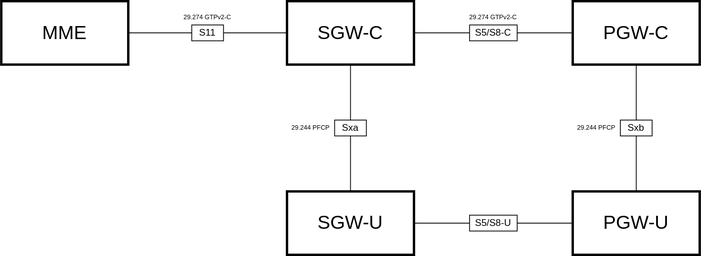
Earlier version of the draw.io export images/epc-architecture.svg (amirsarebani81/core-network). Source tidied: cells renumbered, new cells last; positions are measured from the earlier drawing's top-left corner, leaving out a move shared by most shapes. Its diagram source:
```xml
<mxGraphModel>
  <root>
    <mxCell id="0" />
    <mxCell id="1" parent="0" />
    <mxCell id="2" style="edgeStyle=orthogonalEdgeStyle;rounded=0;jettySize=auto;html=1;exitX=1;exitY=0.5;exitDx=0;exitDy=0;entryX=0;entryY=0.5;entryDx=0;entryDy=0;endArrow=none;endFill=0;" parent="1" edge="1" source="3" target="8">
      <mxGeometry relative="1" as="geometry" />
    </mxCell>
    <mxCell id="3" value="MME" style="rounded=0;whiteSpace=wrap;html=1;fontFamily=Helvetica;fontSize=24;strokeWidth=3;" parent="1" vertex="1">
      <mxGeometry width="160" height="80" as="geometry" />
    </mxCell>
    <mxCell id="4" style="edgeStyle=orthogonalEdgeStyle;rounded=0;jettySize=auto;html=1;exitX=0.5;exitY=1;exitDx=0;exitDy=0;entryX=0.5;entryY=0;entryDx=0;entryDy=0;endArrow=none;endFill=0;" parent="1" edge="1" source="6" target="15">
      <mxGeometry relative="1" as="geometry" />
    </mxCell>
    <mxCell id="5" style="edgeStyle=orthogonalEdgeStyle;rounded=0;jettySize=auto;html=1;exitX=1;exitY=0.5;exitDx=0;exitDy=0;entryX=0;entryY=0.5;entryDx=0;entryDy=0;endArrow=none;endFill=0;" parent="1" edge="1" source="6" target="17">
      <mxGeometry relative="1" as="geometry" />
    </mxCell>
    <mxCell id="6" value="SGW-C" style="rounded=0;whiteSpace=wrap;html=1;fontSize=24;strokeWidth=3;" parent="1" vertex="1">
      <mxGeometry x="360" width="160" height="80" as="geometry" />
    </mxCell>
    <mxCell id="7" style="edgeStyle=orthogonalEdgeStyle;rounded=0;jettySize=auto;html=1;exitX=1;exitY=0.5;exitDx=0;exitDy=0;entryX=0;entryY=0.5;entryDx=0;entryDy=0;endArrow=none;endFill=0;" parent="1" edge="1" source="8" target="6">
      <mxGeometry relative="1" as="geometry" />
    </mxCell>
    <mxCell id="8" value="S11" style="rounded=0;whiteSpace=wrap;html=1;fontSize=12;strokeWidth=1;" parent="1" vertex="1">
      <mxGeometry x="240" y="30" width="40" height="20" as="geometry" />
    </mxCell>
    <mxCell id="9" style="edgeStyle=orthogonalEdgeStyle;rounded=0;jettySize=auto;html=1;exitX=0.5;exitY=1;exitDx=0;exitDy=0;entryX=0.5;entryY=0;entryDx=0;entryDy=0;endArrow=none;endFill=0;" parent="1" edge="1" source="10" target="19">
      <mxGeometry relative="1" as="geometry" />
    </mxCell>
    <mxCell id="10" value="PGW-C" style="rounded=0;whiteSpace=wrap;html=1;fontSize=24;strokeWidth=3;" parent="1" vertex="1">
      <mxGeometry x="720" width="160" height="80" as="geometry" />
    </mxCell>
    <mxCell id="11" style="edgeStyle=orthogonalEdgeStyle;rounded=0;jettySize=auto;html=1;exitX=0;exitY=0.5;exitDx=0;exitDy=0;entryX=1;entryY=0.5;entryDx=0;entryDy=0;endArrow=none;endFill=0;" parent="1" edge="1" source="21" target="13">
      <mxGeometry relative="1" as="geometry" />
    </mxCell>
    <mxCell id="12" value="PGW-U" style="rounded=0;whiteSpace=wrap;html=1;fontSize=24;strokeWidth=3;" parent="1" vertex="1">
      <mxGeometry x="720" y="240" width="160" height="80" as="geometry" />
    </mxCell>
    <mxCell id="13" value="SGW-U" style="rounded=0;whiteSpace=wrap;html=1;fontSize=24;strokeWidth=3;" parent="1" vertex="1">
      <mxGeometry x="360" y="240" width="160" height="80" as="geometry" />
    </mxCell>
    <mxCell id="14" style="edgeStyle=orthogonalEdgeStyle;rounded=0;jettySize=auto;html=1;exitX=0.5;exitY=1;exitDx=0;exitDy=0;entryX=0.5;entryY=0;entryDx=0;entryDy=0;endArrow=none;endFill=0;" parent="1" edge="1" source="15" target="13">
      <mxGeometry relative="1" as="geometry" />
    </mxCell>
    <mxCell id="15" value="Sxa" style="rounded=0;whiteSpace=wrap;html=1;fontSize=12;strokeWidth=1;" parent="1" vertex="1">
      <mxGeometry x="420" y="150" width="40" height="20" as="geometry" />
    </mxCell>
    <mxCell id="16" style="edgeStyle=orthogonalEdgeStyle;rounded=0;jettySize=auto;html=1;exitX=1;exitY=0.5;exitDx=0;exitDy=0;entryX=0;entryY=0.5;entryDx=0;entryDy=0;endArrow=none;endFill=0;" parent="1" edge="1" source="17" target="10">
      <mxGeometry relative="1" as="geometry" />
    </mxCell>
    <mxCell id="17" value="S5/S8-C" style="rounded=0;whiteSpace=wrap;html=1;fontSize=12;strokeWidth=1;" parent="1" vertex="1">
      <mxGeometry x="590" y="30" width="60" height="20" as="geometry" />
    </mxCell>
    <mxCell id="18" style="edgeStyle=orthogonalEdgeStyle;rounded=0;jettySize=auto;html=1;exitX=0.5;exitY=1;exitDx=0;exitDy=0;entryX=0.5;entryY=0;entryDx=0;entryDy=0;endArrow=none;endFill=0;" parent="1" edge="1" source="19" target="12">
      <mxGeometry relative="1" as="geometry" />
    </mxCell>
    <mxCell id="19" value="Sxb" style="rounded=0;whiteSpace=wrap;html=1;fontSize=12;strokeWidth=1;" parent="1" vertex="1">
      <mxGeometry x="780" y="150" width="40" height="20" as="geometry" />
    </mxCell>
    <mxCell id="20" style="edgeStyle=orthogonalEdgeStyle;rounded=0;jettySize=auto;html=1;exitX=1;exitY=0.5;exitDx=0;exitDy=0;entryX=0;entryY=0.5;entryDx=0;entryDy=0;endArrow=none;endFill=0;" parent="1" edge="1" source="21" target="12">
      <mxGeometry relative="1" as="geometry" />
    </mxCell>
    <mxCell id="21" value="S5/S8-U" style="rounded=0;whiteSpace=wrap;html=1;fontSize=12;strokeWidth=1;" parent="1" vertex="1">
      <mxGeometry x="590" y="270" width="60" height="20" as="geometry" />
    </mxCell>
    <mxCell id="22" value="29.274 GTPv2-C" style="text;html=1;whiteSpace=wrap;strokeColor=none;fillColor=none;align=center;verticalAlign=middle;rounded=0;fontSize=8;" parent="1" vertex="1">
      <mxGeometry x="220" y="10" width="80" height="20" as="geometry" />
    </mxCell>
    <mxCell id="23" value="29.274 GTPv2-C" style="text;html=1;whiteSpace=wrap;strokeColor=none;fillColor=none;align=center;verticalAlign=middle;rounded=0;fontSize=8;" parent="1" vertex="1">
      <mxGeometry x="580" y="10" width="80" height="20" as="geometry" />
    </mxCell>
    <mxCell id="24" value="29.244 PFCP" style="text;html=1;whiteSpace=wrap;strokeColor=none;fillColor=none;align=center;verticalAlign=middle;rounded=0;fontSize=8;" parent="1" vertex="1">
      <mxGeometry x="360" y="150" width="60" height="20" as="geometry" />
    </mxCell>
    <mxCell id="25" value="29.244 PFCP" style="text;html=1;whiteSpace=wrap;strokeColor=none;fillColor=none;align=center;verticalAlign=middle;rounded=0;fontSize=8;" parent="1" vertex="1">
      <mxGeometry x="720" y="150" width="60" height="20" as="geometry" />
    </mxCell>
  </root>
</mxGraphModel>
```
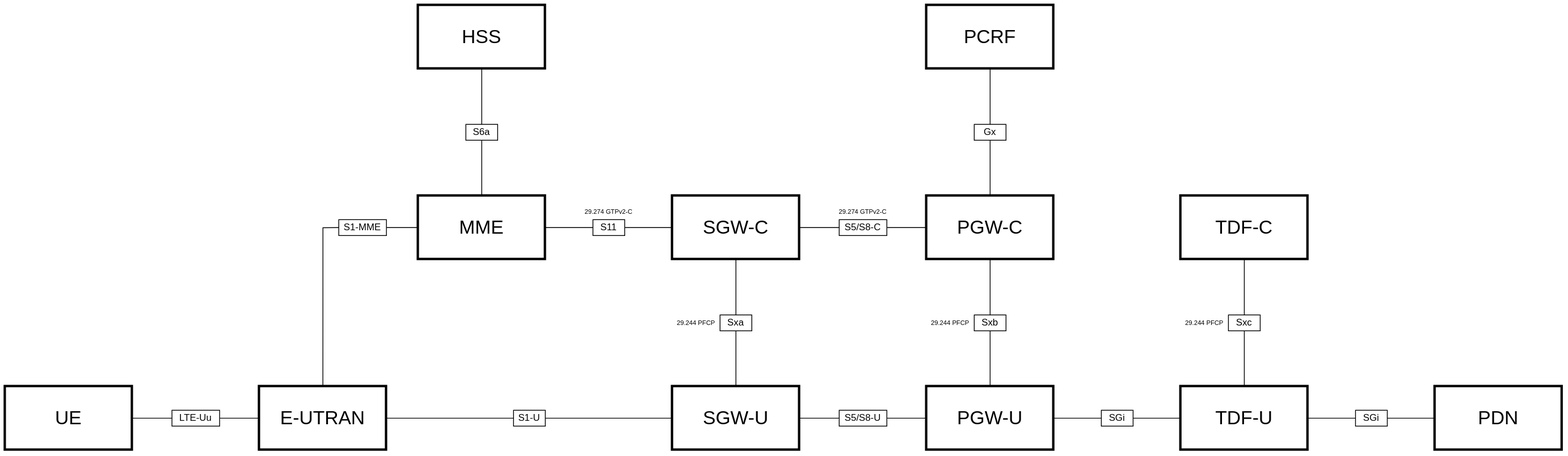
Later version of the same file.

Commit message:
Improve architecture diagram

Diff of the diagram source:
```diff
@@ -5,8 +5,11 @@
     <mxCell id="2" style="edgeStyle=orthogonalEdgeStyle;rounded=0;jettySize=auto;html=1;exitX=1;exitY=0.5;exitDx=0;exitDy=0;entryX=0;entryY=0.5;entryDx=0;entryDy=0;endArrow=none;endFill=0;" parent="1" edge="1" source="3" target="8">
       <mxGeometry relative="1" as="geometry" />
     </mxCell>
+    <mxCell id="26" style="edgeStyle=orthogonalEdgeStyle;rounded=0;jettySize=auto;html=1;exitX=0.5;exitY=0;exitDx=0;exitDy=0;entryX=0.5;entryY=1;entryDx=0;entryDy=0;endArrow=none;endFill=0;" parent="1" edge="1" source="3" target="53">
+      <mxGeometry relative="1" as="geometry" />
+    </mxCell>
     <mxCell id="3" value="MME" style="rounded=0;whiteSpace=wrap;html=1;fontFamily=Helvetica;fontSize=24;strokeWidth=3;" parent="1" vertex="1">
-      <mxGeometry width="160" height="80" as="geometry" />
+      <mxGeometry x="80" width="160" height="80" as="geometry" />
     </mxCell>
     <mxCell id="4" style="edgeStyle=orthogonalEdgeStyle;rounded=0;jettySize=auto;html=1;exitX=0.5;exitY=1;exitDx=0;exitDy=0;entryX=0.5;entryY=0;entryDx=0;entryDy=0;endArrow=none;endFill=0;" parent="1" edge="1" source="6" target="15">
       <mxGeometry relative="1" as="geometry" />
@@ -15,13 +18,13 @@
       <mxGeometry relative="1" as="geometry" />
     </mxCell>
     <mxCell id="6" value="SGW-C" style="rounded=0;whiteSpace=wrap;html=1;fontSize=24;strokeWidth=3;" parent="1" vertex="1">
-      <mxGeometry x="360" width="160" height="80" as="geometry" />
+      <mxGeometry x="400" width="160" height="80" as="geometry" />
     </mxCell>
     <mxCell id="7" style="edgeStyle=orthogonalEdgeStyle;rounded=0;jettySize=auto;html=1;exitX=1;exitY=0.5;exitDx=0;exitDy=0;entryX=0;entryY=0.5;entryDx=0;entryDy=0;endArrow=none;endFill=0;" parent="1" edge="1" source="8" target="6">
       <mxGeometry relative="1" as="geometry" />
     </mxCell>
     <mxCell id="8" value="S11" style="rounded=0;whiteSpace=wrap;html=1;fontSize=12;strokeWidth=1;" parent="1" vertex="1">
-      <mxGeometry x="240" y="30" width="40" height="20" as="geometry" />
+      <mxGeometry x="300" y="30" width="40" height="20" as="geometry" />
     </mxCell>
     <mxCell id="9" style="edgeStyle=orthogonalEdgeStyle;rounded=0;jettySize=auto;html=1;exitX=0.5;exitY=1;exitDx=0;exitDy=0;entryX=0.5;entryY=0;entryDx=0;entryDy=0;endArrow=none;endFill=0;" parent="1" edge="1" source="10" target="19">
       <mxGeometry relative="1" as="geometry" />
@@ -32,23 +35,26 @@
     <mxCell id="11" style="edgeStyle=orthogonalEdgeStyle;rounded=0;jettySize=auto;html=1;exitX=0;exitY=0.5;exitDx=0;exitDy=0;entryX=1;entryY=0.5;entryDx=0;entryDy=0;endArrow=none;endFill=0;" parent="1" edge="1" source="21" target="13">
       <mxGeometry relative="1" as="geometry" />
     </mxCell>
+    <mxCell id="27" style="edgeStyle=orthogonalEdgeStyle;rounded=0;jettySize=auto;html=1;exitX=1;exitY=0.5;exitDx=0;exitDy=0;entryX=0;entryY=0.5;entryDx=0;entryDy=0;endArrow=none;endFill=0;" parent="1" edge="1" source="12" target="48">
+      <mxGeometry relative="1" as="geometry" />
+    </mxCell>
     <mxCell id="12" value="PGW-U" style="rounded=0;whiteSpace=wrap;html=1;fontSize=24;strokeWidth=3;" parent="1" vertex="1">
       <mxGeometry x="720" y="240" width="160" height="80" as="geometry" />
     </mxCell>
     <mxCell id="13" value="SGW-U" style="rounded=0;whiteSpace=wrap;html=1;fontSize=24;strokeWidth=3;" parent="1" vertex="1">
-      <mxGeometry x="360" y="240" width="160" height="80" as="geometry" />
+      <mxGeometry x="400" y="240" width="160" height="80" as="geometry" />
     </mxCell>
     <mxCell id="14" style="edgeStyle=orthogonalEdgeStyle;rounded=0;jettySize=auto;html=1;exitX=0.5;exitY=1;exitDx=0;exitDy=0;entryX=0.5;entryY=0;entryDx=0;entryDy=0;endArrow=none;endFill=0;" parent="1" edge="1" source="15" target="13">
       <mxGeometry relative="1" as="geometry" />
     </mxCell>
     <mxCell id="15" value="Sxa" style="rounded=0;whiteSpace=wrap;html=1;fontSize=12;strokeWidth=1;" parent="1" vertex="1">
-      <mxGeometry x="420" y="150" width="40" height="20" as="geometry" />
+      <mxGeometry x="460" y="150" width="40" height="20" as="geometry" />
     </mxCell>
     <mxCell id="16" style="edgeStyle=orthogonalEdgeStyle;rounded=0;jettySize=auto;html=1;exitX=1;exitY=0.5;exitDx=0;exitDy=0;entryX=0;entryY=0.5;entryDx=0;entryDy=0;endArrow=none;endFill=0;" parent="1" edge="1" source="17" target="10">
       <mxGeometry relative="1" as="geometry" />
     </mxCell>
     <mxCell id="17" value="S5/S8-C" style="rounded=0;whiteSpace=wrap;html=1;fontSize=12;strokeWidth=1;" parent="1" vertex="1">
-      <mxGeometry x="590" y="30" width="60" height="20" as="geometry" />
+      <mxGeometry x="610" y="30" width="60" height="20" as="geometry" />
     </mxCell>
     <mxCell id="18" style="edgeStyle=orthogonalEdgeStyle;rounded=0;jettySize=auto;html=1;exitX=0.5;exitY=1;exitDx=0;exitDy=0;entryX=0.5;entryY=0;entryDx=0;entryDy=0;endArrow=none;endFill=0;" parent="1" edge="1" source="19" target="12">
       <mxGeometry relative="1" as="geometry" />
@@ -60,19 +66,109 @@
       <mxGeometry relative="1" as="geometry" />
     </mxCell>
     <mxCell id="21" value="S5/S8-U" style="rounded=0;whiteSpace=wrap;html=1;fontSize=12;strokeWidth=1;" parent="1" vertex="1">
-      <mxGeometry x="590" y="270" width="60" height="20" as="geometry" />
+      <mxGeometry x="610" y="270" width="60" height="20" as="geometry" />
     </mxCell>
     <mxCell id="22" value="29.274 GTPv2-C" style="text;html=1;whiteSpace=wrap;strokeColor=none;fillColor=none;align=center;verticalAlign=middle;rounded=0;fontSize=8;" parent="1" vertex="1">
-      <mxGeometry x="220" y="10" width="80" height="20" as="geometry" />
+      <mxGeometry x="280" y="10" width="80" height="20" as="geometry" />
     </mxCell>
     <mxCell id="23" value="29.274 GTPv2-C" style="text;html=1;whiteSpace=wrap;strokeColor=none;fillColor=none;align=center;verticalAlign=middle;rounded=0;fontSize=8;" parent="1" vertex="1">
-      <mxGeometry x="580" y="10" width="80" height="20" as="geometry" />
+      <mxGeometry x="600" y="10" width="80" height="20" as="geometry" />
     </mxCell>
     <mxCell id="24" value="29.244 PFCP" style="text;html=1;whiteSpace=wrap;strokeColor=none;fillColor=none;align=center;verticalAlign=middle;rounded=0;fontSize=8;" parent="1" vertex="1">
-      <mxGeometry x="360" y="150" width="60" height="20" as="geometry" />
+      <mxGeometry x="400" y="150" width="60" height="20" as="geometry" />
     </mxCell>
     <mxCell id="25" value="29.244 PFCP" style="text;html=1;whiteSpace=wrap;strokeColor=none;fillColor=none;align=center;verticalAlign=middle;rounded=0;fontSize=8;" parent="1" vertex="1">
       <mxGeometry x="720" y="150" width="60" height="20" as="geometry" />
     </mxCell>
+    <mxCell id="28" style="edgeStyle=orthogonalEdgeStyle;rounded=0;jettySize=auto;html=1;exitX=0.5;exitY=0;exitDx=0;exitDy=0;entryX=0;entryY=0.5;entryDx=0;entryDy=0;endArrow=none;endFill=0;" parent="1" edge="1" source="30" target="34">
+      <mxGeometry relative="1" as="geometry" />
+    </mxCell>
+    <mxCell id="29" style="edgeStyle=orthogonalEdgeStyle;rounded=0;jettySize=auto;html=1;exitX=1;exitY=0.5;exitDx=0;exitDy=0;entryX=0;entryY=0.5;entryDx=0;entryDy=0;endArrow=none;endFill=0;" parent="1" edge="1" source="30" target="36">
+      <mxGeometry relative="1" as="geometry" />
+    </mxCell>
+    <mxCell id="30" value="E-UTRAN" style="rounded=0;whiteSpace=wrap;html=1;fontFamily=Helvetica;fontSize=24;strokeWidth=3;" parent="1" vertex="1">
+      <mxGeometry x="-120" y="240" width="160" height="80" as="geometry" />
+    </mxCell>
+    <mxCell id="31" style="edgeStyle=orthogonalEdgeStyle;rounded=0;jettySize=auto;html=1;exitX=1;exitY=0.5;exitDx=0;exitDy=0;entryX=0;entryY=0.5;entryDx=0;entryDy=0;endArrow=none;endFill=0;" parent="1" edge="1" source="32" target="38">
+      <mxGeometry relative="1" as="geometry" />
+    </mxCell>
+    <mxCell id="32" value="UE" style="rounded=0;whiteSpace=wrap;html=1;fontFamily=Helvetica;fontSize=24;strokeWidth=3;" parent="1" vertex="1">
+      <mxGeometry x="-440" y="240" width="160" height="80" as="geometry" />
+    </mxCell>
+    <mxCell id="33" style="edgeStyle=orthogonalEdgeStyle;rounded=0;jettySize=auto;html=1;exitX=1;exitY=0.5;exitDx=0;exitDy=0;entryX=0;entryY=0.5;entryDx=0;entryDy=0;endArrow=none;endFill=0;" parent="1" edge="1" source="34" target="3">
+      <mxGeometry relative="1" as="geometry" />
+    </mxCell>
+    <mxCell id="34" value="S1-MME" style="rounded=0;whiteSpace=wrap;html=1;fontSize=12;strokeWidth=1;" parent="1" vertex="1">
+      <mxGeometry x="-20" y="30" width="60" height="20" as="geometry" />
+    </mxCell>
+    <mxCell id="35" style="edgeStyle=orthogonalEdgeStyle;rounded=0;jettySize=auto;html=1;exitX=1;exitY=0.5;exitDx=0;exitDy=0;entryX=0;entryY=0.5;entryDx=0;entryDy=0;endArrow=none;endFill=0;" parent="1" edge="1" source="36" target="13">
+      <mxGeometry relative="1" as="geometry" />
+    </mxCell>
+    <mxCell id="36" value="S1-U" style="rounded=0;whiteSpace=wrap;html=1;fontSize=12;strokeWidth=1;" parent="1" vertex="1">
+      <mxGeometry x="200" y="270" width="40" height="20" as="geometry" />
+    </mxCell>
+    <mxCell id="37" style="edgeStyle=orthogonalEdgeStyle;rounded=0;jettySize=auto;html=1;exitX=1;exitY=0.5;exitDx=0;exitDy=0;entryX=0;entryY=0.5;entryDx=0;entryDy=0;endArrow=none;endFill=0;" parent="1" edge="1" source="38" target="30">
+      <mxGeometry relative="1" as="geometry" />
+    </mxCell>
+    <mxCell id="38" value="LTE-Uu" style="rounded=0;whiteSpace=wrap;html=1;fontSize=12;strokeWidth=1;" parent="1" vertex="1">
+      <mxGeometry x="-230" y="270" width="60" height="20" as="geometry" />
+    </mxCell>
+    <mxCell id="39" style="edgeStyle=orthogonalEdgeStyle;rounded=0;jettySize=auto;html=1;exitX=1;exitY=0.5;exitDx=0;exitDy=0;entryX=0;entryY=0.5;entryDx=0;entryDy=0;endArrow=none;endFill=0;" parent="1" edge="1" source="40" target="50">
+      <mxGeometry relative="1" as="geometry" />
+    </mxCell>
+    <mxCell id="40" value="TDF-U" style="rounded=0;whiteSpace=wrap;html=1;fontSize=24;strokeWidth=3;" parent="1" vertex="1">
+      <mxGeometry x="1040" y="240" width="160" height="80" as="geometry" />
+    </mxCell>
+    <mxCell id="41" style="edgeStyle=orthogonalEdgeStyle;rounded=0;jettySize=auto;html=1;exitX=0.5;exitY=1;exitDx=0;exitDy=0;entryX=0.5;entryY=0;entryDx=0;entryDy=0;endArrow=none;endFill=0;" parent="1" edge="1" source="42" target="45">
+      <mxGeometry relative="1" as="geometry" />
+    </mxCell>
+    <mxCell id="42" value="TDF-C" style="rounded=0;whiteSpace=wrap;html=1;fontSize=24;strokeWidth=3;" parent="1" vertex="1">
+      <mxGeometry x="1040" width="160" height="80" as="geometry" />
+    </mxCell>
+    <mxCell id="43" value="PDN" style="rounded=0;whiteSpace=wrap;html=1;fontSize=24;strokeWidth=3;" parent="1" vertex="1">
+      <mxGeometry x="1360" y="240" width="160" height="80" as="geometry" />
+    </mxCell>
+    <mxCell id="44" style="edgeStyle=orthogonalEdgeStyle;rounded=0;jettySize=auto;html=1;exitX=0.5;exitY=1;exitDx=0;exitDy=0;entryX=0.5;entryY=0;entryDx=0;entryDy=0;endArrow=none;endFill=0;" parent="1" edge="1" source="45" target="40">
+      <mxGeometry relative="1" as="geometry" />
+    </mxCell>
+    <mxCell id="45" value="Sxc" style="rounded=0;whiteSpace=wrap;html=1;fontSize=12;strokeWidth=1;" parent="1" vertex="1">
+      <mxGeometry x="1100" y="150" width="40" height="20" as="geometry" />
+    </mxCell>
+    <mxCell id="46" value="29.244 PFCP" style="text;html=1;whiteSpace=wrap;strokeColor=none;fillColor=none;align=center;verticalAlign=middle;rounded=0;fontSize=8;" parent="1" vertex="1">
+      <mxGeometry x="1040" y="150" width="60" height="20" as="geometry" />
+    </mxCell>
+    <mxCell id="47" style="edgeStyle=orthogonalEdgeStyle;rounded=0;jettySize=auto;html=1;exitX=1;exitY=0.5;exitDx=0;exitDy=0;entryX=0;entryY=0.5;entryDx=0;entryDy=0;endArrow=none;endFill=0;" parent="1" edge="1" source="48" target="40">
+      <mxGeometry relative="1" as="geometry" />
+    </mxCell>
+    <mxCell id="48" value="SGi" style="rounded=0;whiteSpace=wrap;html=1;fontSize=12;strokeWidth=1;" parent="1" vertex="1">
+      <mxGeometry x="940" y="270" width="40" height="20" as="geometry" />
+    </mxCell>
+    <mxCell id="49" style="edgeStyle=orthogonalEdgeStyle;rounded=0;jettySize=auto;html=1;exitX=1;exitY=0.5;exitDx=0;exitDy=0;entryX=0;entryY=0.5;entryDx=0;entryDy=0;endArrow=none;endFill=0;" parent="1" edge="1" source="50" target="43">
+      <mxGeometry relative="1" as="geometry" />
+    </mxCell>
+    <mxCell id="50" value="SGi" style="rounded=0;whiteSpace=wrap;html=1;fontSize=12;strokeWidth=1;" parent="1" vertex="1">
+      <mxGeometry x="1260" y="270" width="40" height="20" as="geometry" />
+    </mxCell>
+    <mxCell id="51" value="HSS" style="rounded=0;whiteSpace=wrap;html=1;fontFamily=Helvetica;fontSize=24;strokeWidth=3;" parent="1" vertex="1">
+      <mxGeometry x="80" y="-240" width="160" height="80" as="geometry" />
+    </mxCell>
+    <mxCell id="52" style="edgeStyle=orthogonalEdgeStyle;rounded=0;jettySize=auto;html=1;exitX=0.5;exitY=0;exitDx=0;exitDy=0;entryX=0.5;entryY=1;entryDx=0;entryDy=0;endArrow=none;endFill=0;" parent="1" edge="1" source="53" target="51">
+      <mxGeometry relative="1" as="geometry" />
+    </mxCell>
+    <mxCell id="53" value="S6a" style="rounded=0;whiteSpace=wrap;html=1;fontSize=12;strokeWidth=1;" parent="1" vertex="1">
+      <mxGeometry x="140" y="-90" width="40" height="20" as="geometry" />
+    </mxCell>
+    <mxCell id="54" value="PCRF" style="rounded=0;whiteSpace=wrap;html=1;fontFamily=Helvetica;fontSize=24;strokeWidth=3;" parent="1" vertex="1">
+      <mxGeometry x="720" y="-240" width="160" height="80" as="geometry" />
+    </mxCell>
+    <mxCell id="55" style="edgeStyle=orthogonalEdgeStyle;rounded=0;jettySize=auto;html=1;exitX=0.5;exitY=0;exitDx=0;exitDy=0;entryX=0.5;entryY=1;entryDx=0;entryDy=0;endArrow=none;endFill=0;" parent="1" edge="1" source="57" target="54">
+      <mxGeometry relative="1" as="geometry" />
+    </mxCell>
+    <mxCell id="56" style="edgeStyle=orthogonalEdgeStyle;rounded=0;jettySize=auto;html=1;exitX=0.5;exitY=1;exitDx=0;exitDy=0;entryX=0.5;entryY=0;entryDx=0;entryDy=0;endArrow=none;endFill=0;" parent="1" edge="1" source="57" target="10">
+      <mxGeometry relative="1" as="geometry" />
+    </mxCell>
+    <mxCell id="57" value="Gx" style="rounded=0;whiteSpace=wrap;html=1;fontSize=12;strokeWidth=1;" parent="1" vertex="1">
+      <mxGeometry x="780" y="-90" width="40" height="20" as="geometry" />
+    </mxCell>
   </root>
 </mxGraphModel>
```
